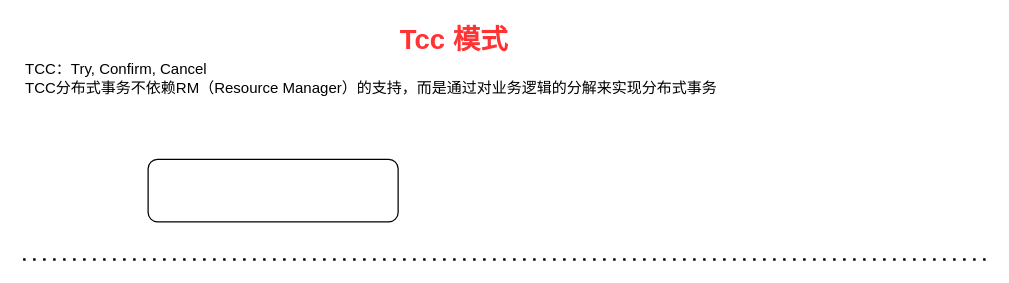
zhgao/fromMac keeps this draw.io diagram as 未命名绘图.drawio. Above is the earlier version. Source tidied: cells renumbered, new cells numbered last; positions are measured from the earlier drawing's top-left corner, leaving out a move shared by most shapes. Both pictures are drawn from the tidied source at 125%, with x=0, y=0 at pixel (22, 21).
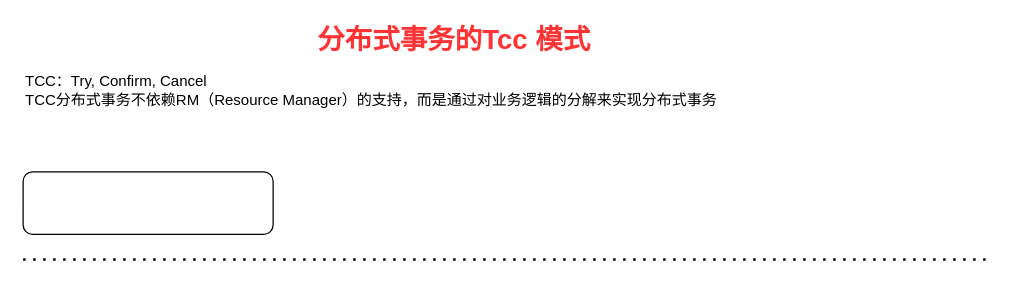
Above is the later version.

Commit message:
更新未命名绘图.drawio

Change to the diagram source:
```diff
@@
 <mxGraphModel>
   <root>
     <mxCell id="0" />
     <mxCell id="1" parent="0" />
     <mxCell id="2" style="rounded=1;whiteSpace=wrap;html=1;" parent="1" vertex="1">
-      <mxGeometry x="100" y="110" width="200" height="50" as="geometry" />
+      <mxGeometry y="120" width="200" height="50" as="geometry" />
     </mxCell>
-    <mxCell id="3" value="&lt;b&gt;&lt;font style=&quot;font-size: 22px;&quot; color=&quot;#ff3333&quot;&gt;Tcc 模式&lt;/font&gt;&lt;/b&gt;" style="text;html=1;align=center;verticalAlign=middle;whiteSpace=wrap;rounded=0;" parent="1" vertex="1">
+    <mxCell id="3" value="&lt;b&gt;&lt;font style=&quot;font-size: 22px;&quot; color=&quot;#ff3333&quot;&gt;分布式事务的Tcc 模式&lt;/font&gt;&lt;/b&gt;" style="text;html=1;align=center;verticalAlign=middle;whiteSpace=wrap;rounded=0;" parent="1" vertex="1">
       <mxGeometry x="180" width="330" height="30" as="geometry" />
     </mxCell>
     <mxCell id="4" style="endArrow=none;dashed=1;html=1;dashPattern=1 3;strokeWidth=2;rounded=0;" parent="1" edge="1">
       <mxGeometry relative="1" as="geometry">
         <mxPoint y="190" as="sourcePoint" />
         <mxPoint x="770" y="190" as="targetPoint" />
       </mxGeometry>
     </mxCell>
     <mxCell id="5" value="TCC：Try, Confirm, Cancel&lt;div&gt;TCC分布式事务不依赖RM（Resource Manager）的支持，而是通过对业务逻辑的分解来实现分布式事务&lt;/div&gt;" style="text;html=1;align=left;verticalAlign=middle;whiteSpace=wrap;rounded=0;" parent="1" vertex="1">
-      <mxGeometry y="30" width="570" height="30" as="geometry" />
+      <mxGeometry y="30" width="570" height="50" as="geometry" />
     </mxCell>
   </root>
 </mxGraphModel>
```
